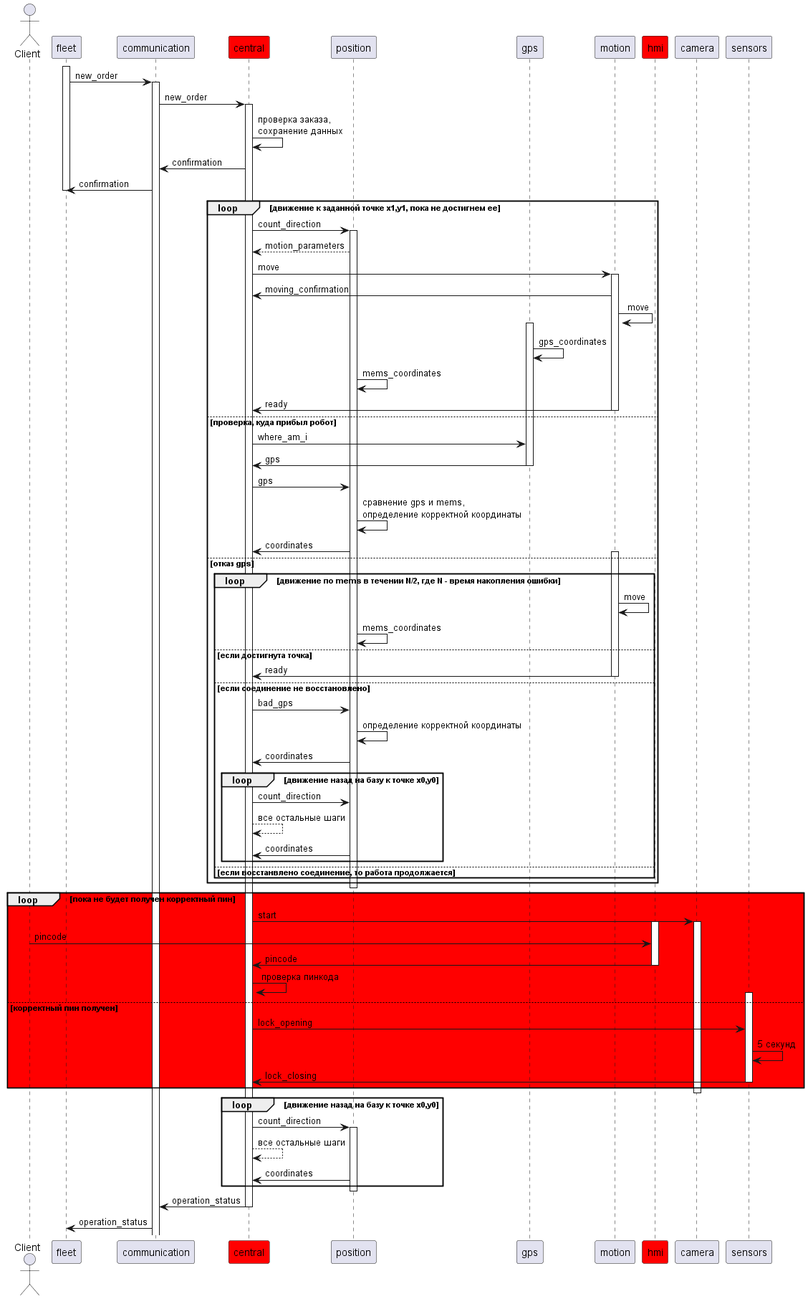
This is pics/sd_11.png from Fishonground/Delivery, a PlantUML export, as it was before one commit. The source it was exported from:
```plantuml
@startuml
actor "Client" as c
participant fleet
participant communication
participant central #red
participant position
participant gps
participant motion
participant hmi #red
participant camera
participant sensors


fleet++
fleet -> communication++: new_order
communication -> central++: new_order
central -> central: проверка заказа,\nсохранение данных
central -> communication: confirmation
communication -> fleet: confirmation
fleet --
loop движение к заданной точке x1,y1, пока не достигнем ее
central -> position++: count_direction
position --> central: motion_parameters
central -> motion++: move
motion -> central: moving_confirmation

motion -> motion: move
gps++
gps -> gps: gps_coordinates
position -> position: mems_coordinates
motion -> central: ready
else проверка, куда прибыл робот
motion--
central -> gps: where_am_i
gps -> central: gps
gps--
central -> position: gps
position -> position: сравнение gps и mems,\nопределение корректной координаты
position -> central: coordinates
else отказ gps
loop движение по mems в течении N/2, где N - время накопления ошибки
motion++
motion -> motion: move
position -> position: mems_coordinates
else если достигнута точка
motion -> central: ready
else если соединение не восстановлено

motion--
central -> position: bad_gps
position -> position: определение корректной координаты
position -> central: coordinates
loop движение назад на базу к точке x0,y0
central -> position: count_direction
central --> central: все остальные шаги
position -> central: coordinates
end
else если восстанвлено соединение, то работа продолжается
end
end
position--
loop #red пока не будет получен корректный пин
central -> camera++: start
hmi++
c -> hmi: pincode
hmi -> central: pincode
hmi--
central -> central: проверка пинкода
else корректный пин получен
sensors++
central -> sensors: lock_opening
sensors -> sensors: 5 секунд
sensors -> central: lock_closing
sensors--
end
camera--
loop движение назад на базу к точке x0,y0
central -> position++: count_direction
central --> central: все остальные шаги
position -> central: coordinates
end
position--
central -> communication: operation_status
central--
communication -> fleet: operation_status
@enduml
```
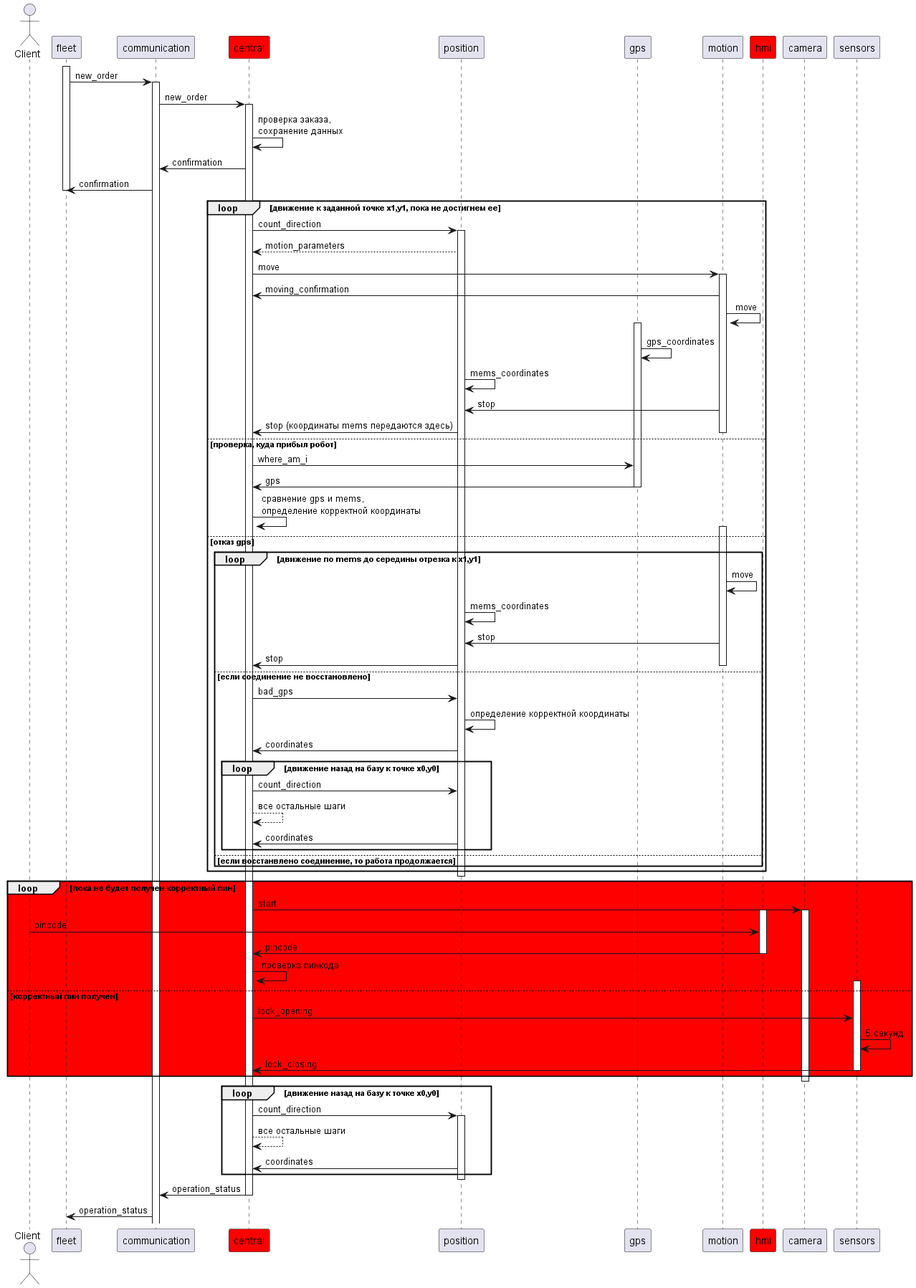
The same diagram one commit later.

What changed in the source:
```diff
@@ -28,22 +28,22 @@
 gps++
 gps -> gps: gps_coordinates
 position -> position: mems_coordinates
-motion -> central: ready
+
+motion -> position: stop
+position -> central: stop (координаты mems передаются здесь)
 else проверка, куда прибыл робот
 motion--
 central -> gps: where_am_i
 gps -> central: gps
 gps--
-central -> position: gps
-position -> position: сравнение gps и mems,\nопределение корректной координаты
-position -> central: coordinates
+central -> central: сравнение gps и mems,\nопределение корректной координаты
 else отказ gps
-loop движение по mems в течении N/2, где N - время накопления ошибки
+loop движение по mems до середины отрезка к x1,y1
 motion++
 motion -> motion: move
 position -> position: mems_coordinates
-else если достигнута точка
-motion -> central: ready
+motion -> position: stop
+position -> central: stop
 else если соединение не восстановлено
 
 motion--
```
